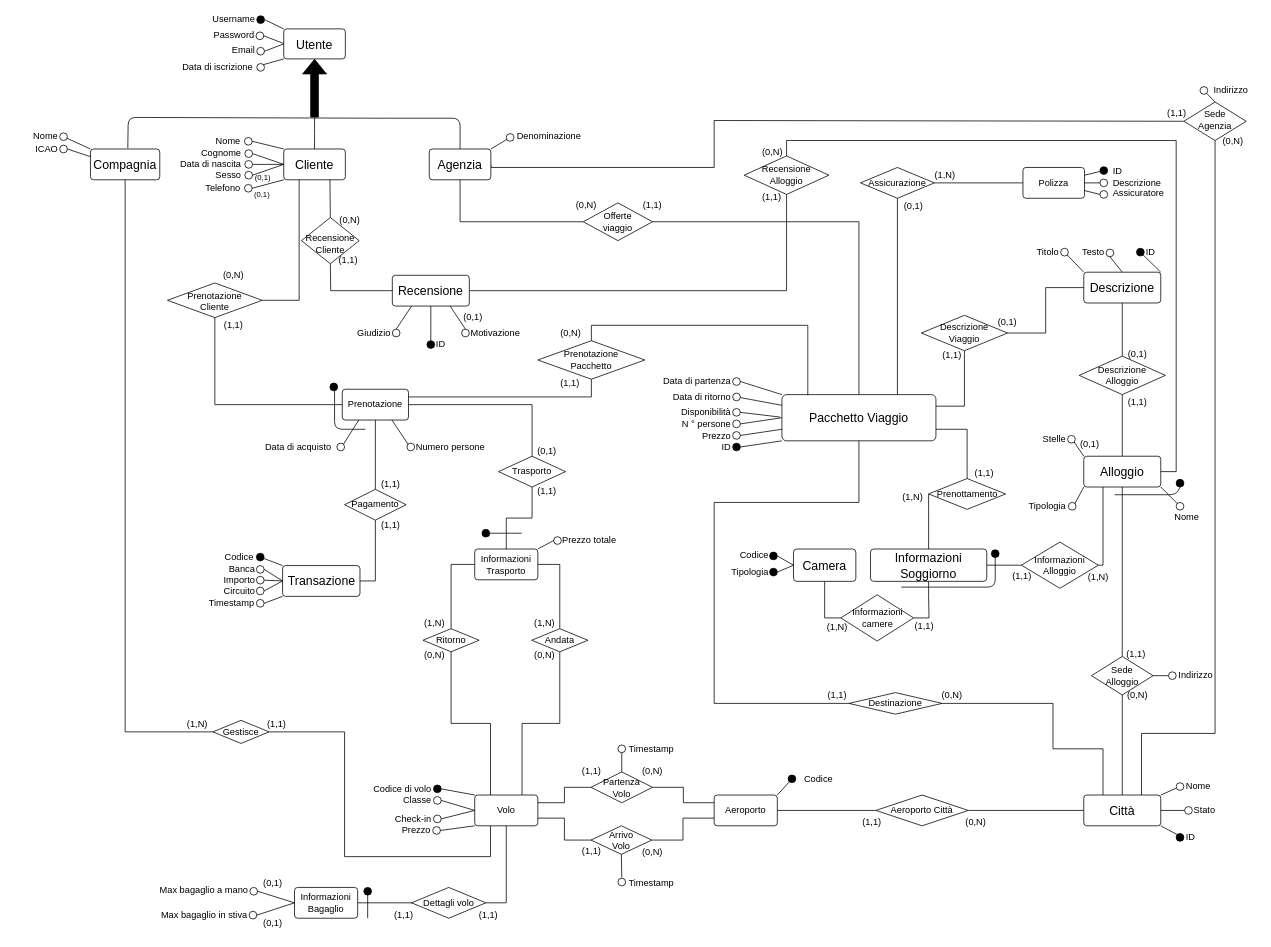
This is page "ER - Concettuale" (1 of 3) of E-R/E-R.drawio from bustre/Easy-travel, a draw.io file, before an edit. Source tidied: cells renumbered, new cells numbered last; positions are measured from the earlier drawing's top-left corner, leaving out a move shared by most shapes. Both pictures are drawn from the tidied source at 77%, with x=0, y=0 at pixel (13, 15).
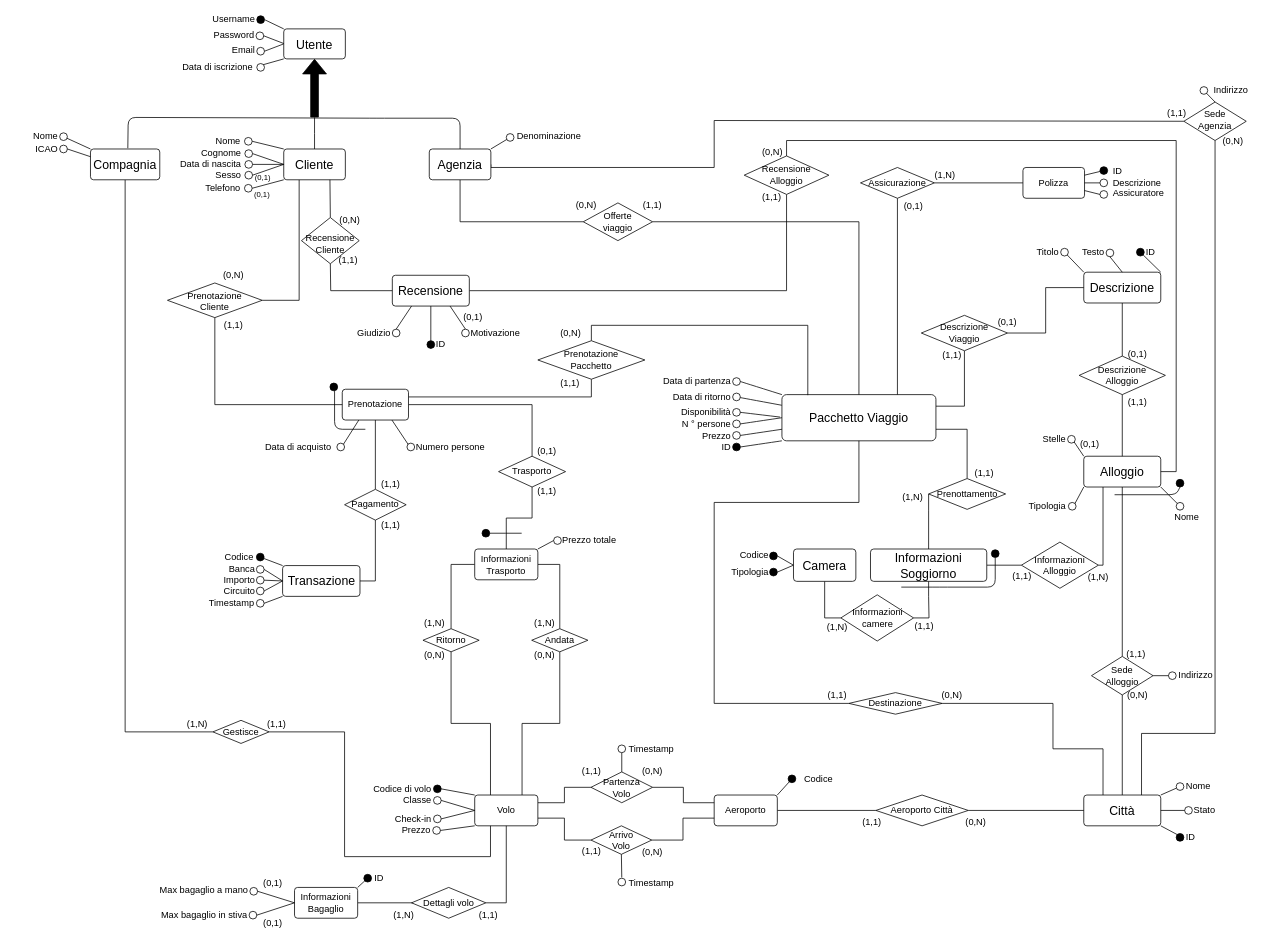
The same page after the edit.

Unchanged cells that the change refers to:
```xml
<mxCell id="258" value="Informazioni&#10;Bagaglio" style="rounded=1;arcSize=10;whiteSpace=wrap;align=center;" parent="1" vertex="1">
  <mxGeometry x="365" y="1133" width="82" height="40" as="geometry" />
</mxCell>
```

Change to the diagram source:
```diff
@@
     <mxCell id="296" style="endArrow=none;html=1;rounded=0;" parent="1" edge="1" source="298">
       <mxGeometry relative="1" as="geometry">
-        <mxPoint x="460" y="1143" as="targetPoint" />
+        <mxPoint x="460" y="1126" as="targetPoint" />
       </mxGeometry>
     </mxCell>
-    <mxCell id="297" style="endArrow=none;html=1;rounded=0;" parent="1" edge="1" target="298">
-      <mxGeometry relative="1" as="geometry">
-        <mxPoint x="460" y="1173" as="sourcePoint" />
-      </mxGeometry>
+    <mxCell id="297" style="endArrow=none;html=1;rounded=0;exitX=1;exitY=0;exitDx=0;exitDy=0;" parent="1" edge="1" source="258" target="298">
+      <mxGeometry relative="1" as="geometry" />
     </mxCell>
     <mxCell id="298" style="ellipse;whiteSpace=wrap;fillColor=#000000;" parent="1" vertex="1">
-      <mxGeometry x="455" y="1133" width="10" height="10" as="geometry" />
+      <mxGeometry x="455" y="1116" width="10" height="10" as="geometry" />
     </mxCell>
-    <mxCell id="299" value="(1,1)" style="text;strokeColor=none;fillColor=none;align=center;verticalAlign=middle;whiteSpace=wrap;rounded=0;fontSize=12;" parent="1" vertex="1">
+    <mxCell id="299" value="(1,N)" style="text;strokeColor=none;fillColor=none;align=center;verticalAlign=middle;whiteSpace=wrap;rounded=0;fontSize=12;" parent="1" vertex="1">
       <mxGeometry x="477" y="1154" width="60" height="30" as="geometry" />
     </mxCell>
@@
+    <mxCell id="327" value="ID" style="text;strokeColor=none;fillColor=none;align=left;verticalAlign=middle;whiteSpace=wrap;rounded=0;" parent="1" vertex="1">
+      <mxGeometry x="467" y="1116" width="55" height="10" as="geometry" />
+    </mxCell>
```
